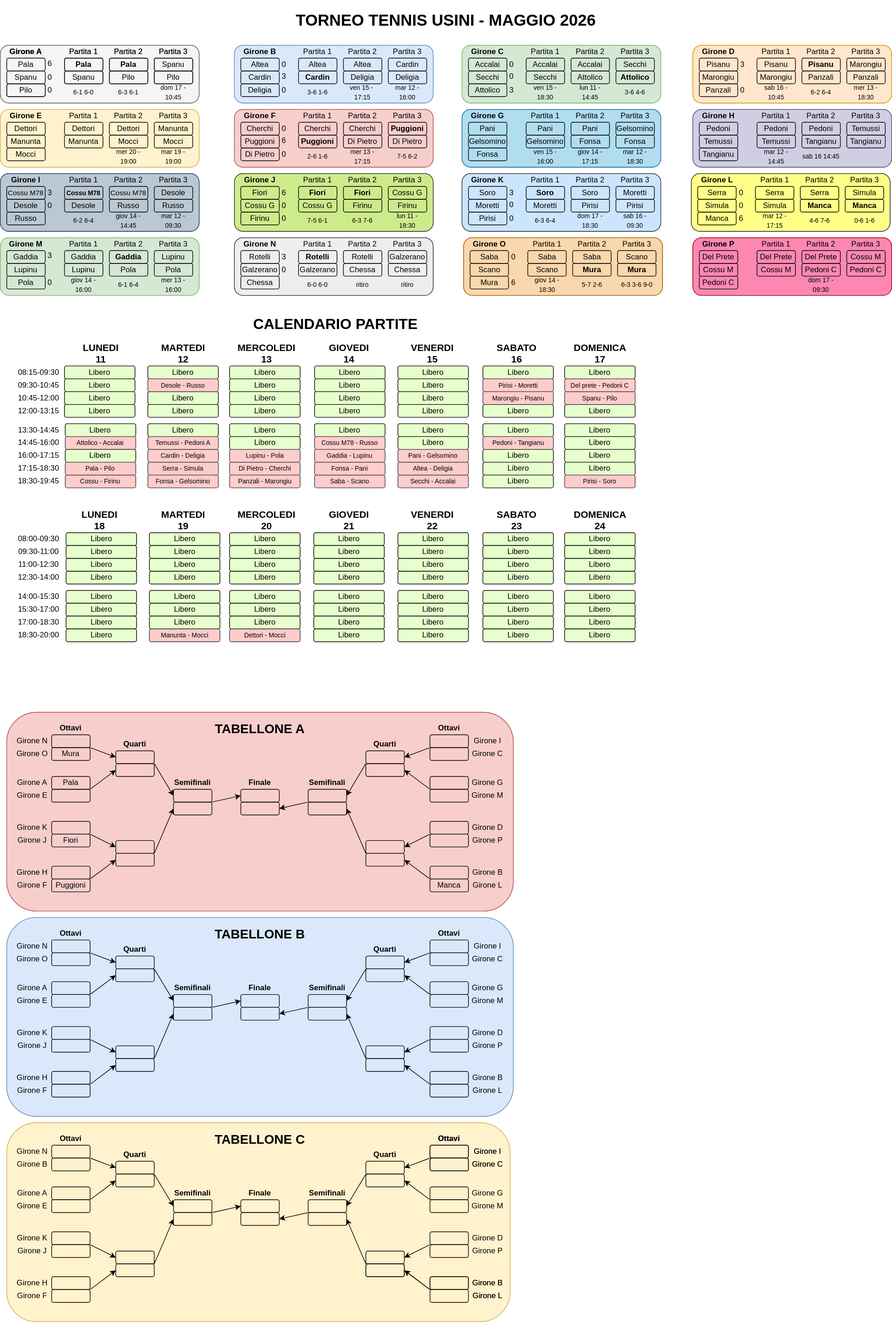
Earlier version of the draw.io export torneo-tennis-2026/tabellone.drawio.svg (cscalaresu/tornei). Source tidied: cells renumbered, new cells last; positions are measured from the earlier drawing's top-left corner, leaving out a move shared by most shapes.
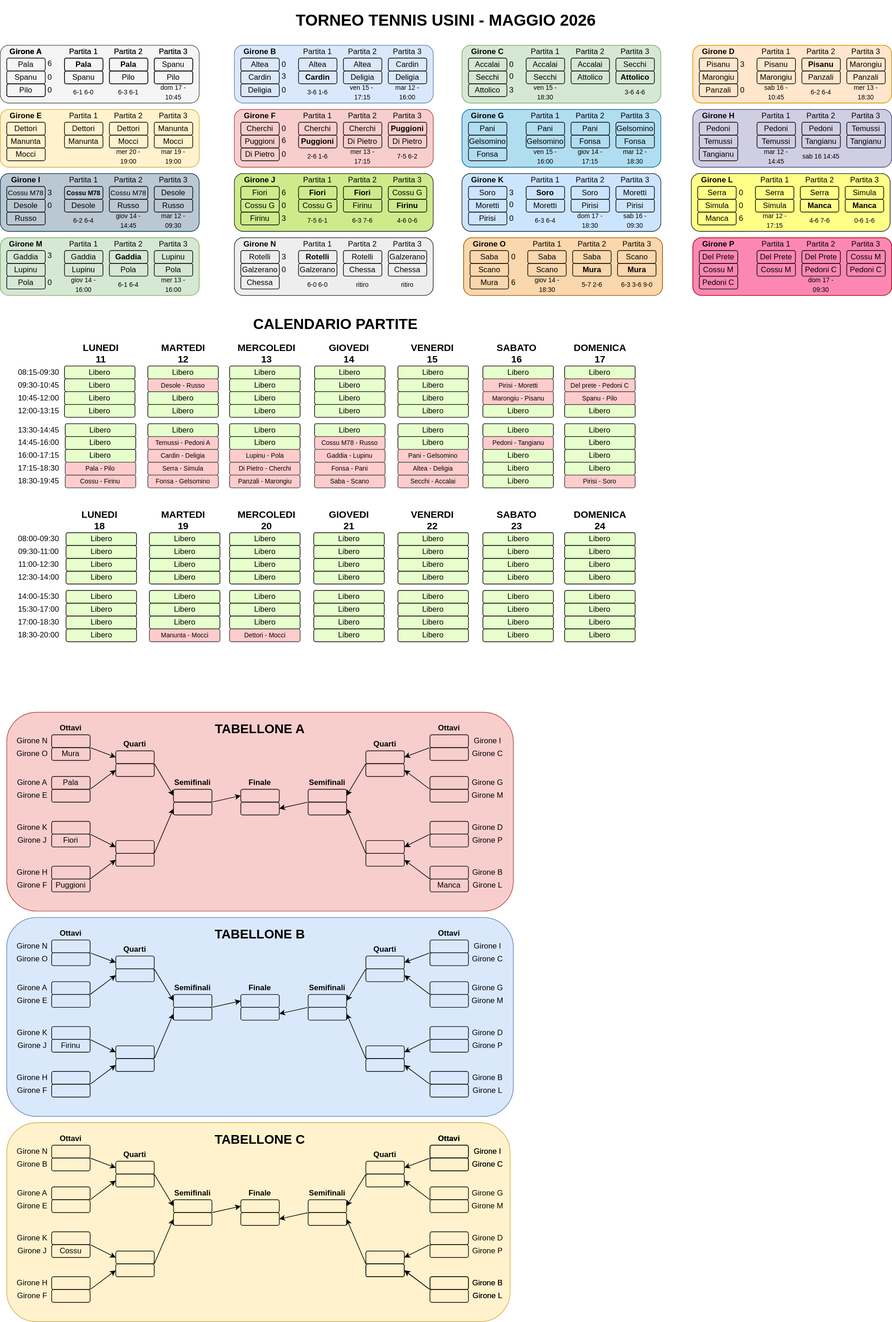
After the commit.

What changed in the source:
```diff
@@ -602,7 +602,7 @@
     <mxCell id="201" value="Firinu" style="rounded=1;whiteSpace=wrap;html=1;fillColor=none;" parent="1" vertex="1">
       <mxGeometry x="535" y="310" width="60" height="20" as="geometry" />
     </mxCell>
-    <mxCell id="202" value="Firinu" style="rounded=1;whiteSpace=wrap;html=1;fillColor=none;" parent="1" vertex="1">
+    <mxCell id="202" value="Firinu" style="rounded=1;whiteSpace=wrap;html=1;fillColor=none;fontStyle=1;" parent="1" vertex="1">
       <mxGeometry x="605" y="310" width="60" height="20" as="geometry" />
     </mxCell>
     <mxCell id="203" value="Desole" style="rounded=1;whiteSpace=wrap;html=1;fillColor=none;" parent="1" vertex="1">
@@ -1666,7 +1666,7 @@
     <mxCell id="553" style="rounded=1;whiteSpace=wrap;html=1;fillColor=none;" parent="1" vertex="1">
       <mxGeometry x="80" y="1600" width="60" height="20" as="geometry" />
     </mxCell>
-    <mxCell id="554" style="rounded=1;whiteSpace=wrap;html=1;fillColor=none;" parent="1" vertex="1">
+    <mxCell id="554" value="Firinu" style="rounded=1;whiteSpace=wrap;html=1;fillColor=none;" parent="1" vertex="1">
       <mxGeometry x="80" y="1620" width="60" height="20" as="geometry" />
     </mxCell>
     <mxCell id="555" value="Girone K" style="text;html=1;align=center;verticalAlign=middle;whiteSpace=wrap;rounded=0;" parent="1" vertex="1">
@@ -1872,7 +1872,7 @@
     <mxCell id="621" style="rounded=1;whiteSpace=wrap;html=1;fillColor=none;" parent="1" vertex="1">
       <mxGeometry x="80" y="1920" width="60" height="20" as="geometry" />
     </mxCell>
-    <mxCell id="622" style="rounded=1;whiteSpace=wrap;html=1;fillColor=none;" parent="1" vertex="1">
+    <mxCell id="622" value="Cossu" style="rounded=1;whiteSpace=wrap;html=1;fillColor=none;" parent="1" vertex="1">
       <mxGeometry x="80" y="1940" width="60" height="20" as="geometry" />
     </mxCell>
     <mxCell id="623" value="Girone K" style="text;html=1;align=center;verticalAlign=middle;whiteSpace=wrap;rounded=0;" parent="1" vertex="1">
@@ -2288,7 +2288,7 @@
     <mxCell id="758" value="&lt;font style=&quot;font-size: 10px;&quot;&gt;Cossu - Firinu&lt;/font&gt;" style="rounded=1;whiteSpace=wrap;html=1;fillColor=#ffcccc;strokeColor=#36393d;" parent="1" vertex="1">
       <mxGeometry x="101.2" y="740" width="110" height="20" as="geometry" />
     </mxCell>
-    <mxCell id="759" value="&lt;font style=&quot;font-size: 10px;&quot;&gt;lun 11 - 18:30&lt;/font&gt;" style="text;html=1;whiteSpace=wrap;strokeColor=none;fillColor=none;align=center;verticalAlign=middle;rounded=0;" parent="1" vertex="1">
+    <mxCell id="759" value="&lt;font style=&quot;font-size: 10px;&quot;&gt;4-6 0-6&lt;/font&gt;" style="text;html=1;whiteSpace=wrap;strokeColor=none;fillColor=none;align=center;verticalAlign=middle;rounded=0;" parent="1" vertex="1">
       <mxGeometry x="605" y="330" width="60" height="25" as="geometry" />
     </mxCell>
     <mxCell id="760" value="&lt;font style=&quot;font-size: 10px;&quot;&gt;6-0 6-0&lt;/font&gt;" style="text;html=1;whiteSpace=wrap;strokeColor=none;fillColor=none;align=center;verticalAlign=middle;rounded=0;" parent="1" vertex="1">
@@ -2414,12 +2414,6 @@
     <mxCell id="800" value="&lt;font style=&quot;font-size: 10px;&quot;&gt;ven 15 - 18:30&lt;/font&gt;" style="text;html=1;whiteSpace=wrap;strokeColor=none;fillColor=none;align=center;verticalAlign=middle;rounded=0;" parent="1" vertex="1">
       <mxGeometry x="820" y="130" width="60" height="25" as="geometry" />
     </mxCell>
-    <mxCell id="801" value="&lt;font style=&quot;font-size: 10px;&quot;&gt;Attolico - Accalai&lt;/font&gt;" style="rounded=1;whiteSpace=wrap;html=1;fillColor=#ffcccc;strokeColor=#36393d;" parent="1" vertex="1">
-      <mxGeometry x="101.2" y="680" width="110" height="20" as="geometry" />
-    </mxCell>
-    <mxCell id="802" value="&lt;font style=&quot;font-size: 10px;&quot;&gt;lun 11 - 14:45&lt;/font&gt;" style="text;html=1;whiteSpace=wrap;strokeColor=none;fillColor=none;align=center;verticalAlign=middle;rounded=0;" parent="1" vertex="1">
-      <mxGeometry x="890" y="130" width="60" height="25" as="geometry" />
-    </mxCell>
     <mxCell id="803" value="3" style="text;html=1;whiteSpace=wrap;strokeColor=none;fillColor=none;align=center;verticalAlign=middle;rounded=0;" parent="1" vertex="1">
       <mxGeometry x="70" y="287.5" width="15" height="25" as="geometry" />
     </mxCell>
@@ -2483,7 +2477,7 @@
     <mxCell id="823" value="6" style="text;html=1;whiteSpace=wrap;strokeColor=none;fillColor=none;align=center;verticalAlign=middle;rounded=0;" parent="1" vertex="1">
       <mxGeometry x="435" y="287.5" width="15" height="25" as="geometry" />
     </mxCell>
-    <mxCell id="824" value="0" style="text;html=1;whiteSpace=wrap;strokeColor=none;fillColor=none;align=center;verticalAlign=middle;rounded=0;" parent="1" vertex="1">
+    <mxCell id="824" value="3" style="text;html=1;whiteSpace=wrap;strokeColor=none;fillColor=none;align=center;verticalAlign=middle;rounded=0;" parent="1" vertex="1">
       <mxGeometry x="435" y="327.5" width="15" height="25" as="geometry" />
     </mxCell>
     <mxCell id="825" value="0" style="text;html=1;whiteSpace=wrap;strokeColor=none;fillColor=none;align=center;verticalAlign=middle;rounded=0;" parent="1" vertex="1">
@@ -2705,5 +2699,8 @@
     <mxCell id="897" value="0" style="text;html=1;whiteSpace=wrap;strokeColor=none;fillColor=none;align=center;verticalAlign=middle;rounded=0;" parent="1" vertex="1">
       <mxGeometry x="70" y="127.5" width="15" height="25" as="geometry" />
     </mxCell>
+    <mxCell id="898" value="Libero" style="rounded=1;whiteSpace=wrap;html=1;fillColor=#E6FFCC;" parent="1" vertex="1">
+      <mxGeometry x="101.2" y="680" width="110" height="20" as="geometry" />
+    </mxCell>
   </root>
 </mxGraphModel>
```
